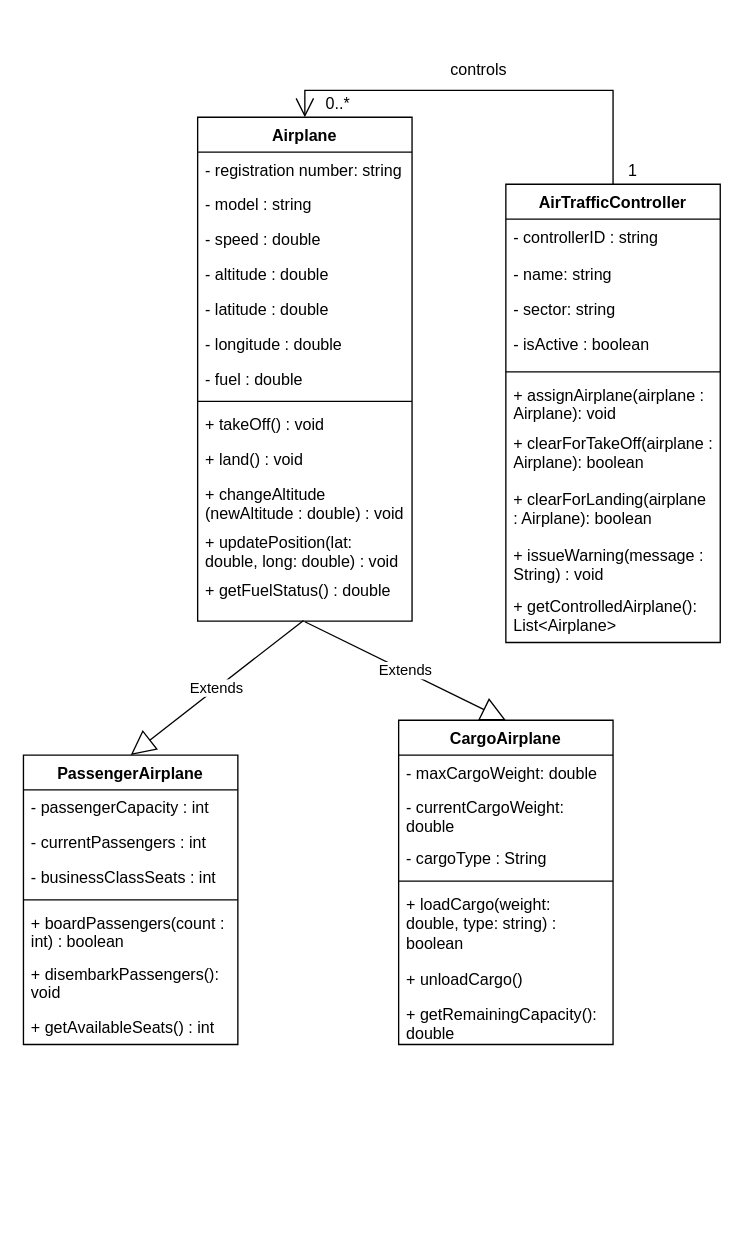
This is task-2/3/airplane.drawio from agnezdei/senla-test, a draw.io file, before an edit. Source tidied: cells renumbered, new cells numbered last; positions are measured from the earlier drawing's top-left corner, leaving out a move shared by most shapes. Both pictures are drawn from the tidied source at 134%, with x=0, y=0 at pixel (23, 50).
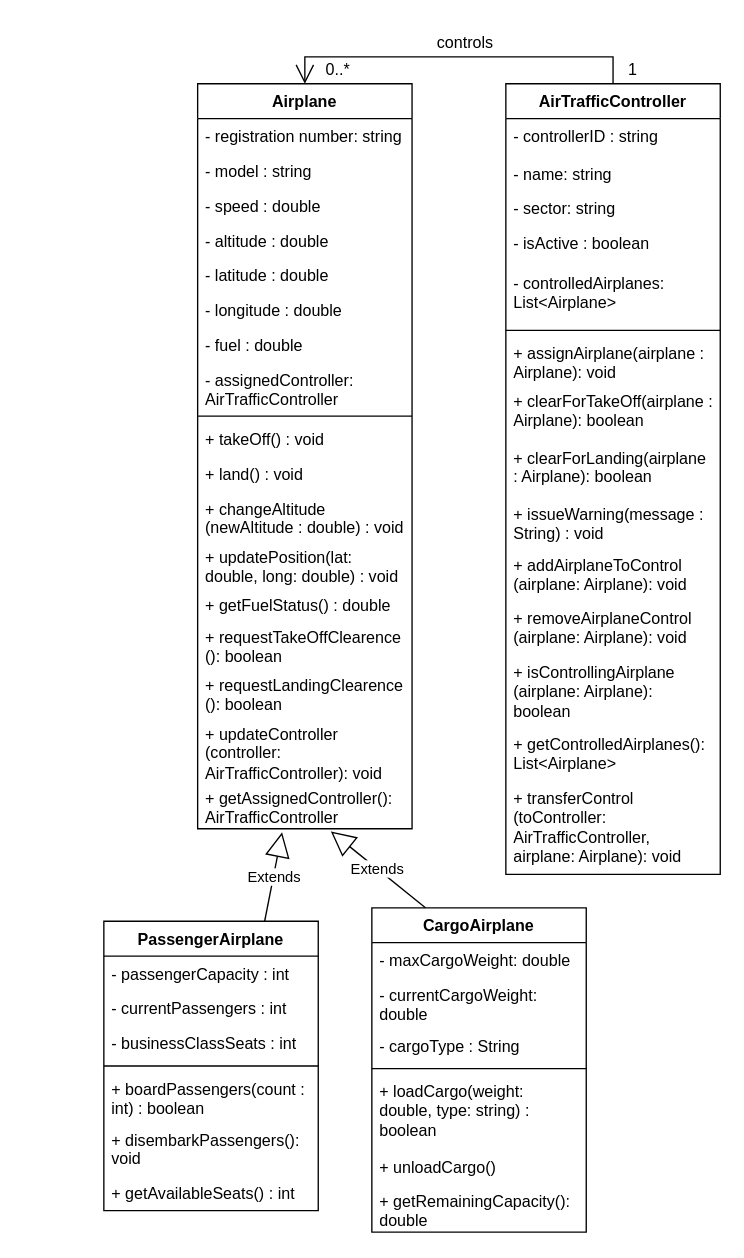
After the change.

The edit, as a diff of the source:
```diff
@@
     <mxCell id="2" value="AirTrafficController" style="swimlane;fontStyle=1;align=center;verticalAlign=top;horizontal=1;startSize=26;whiteSpace=wrap;html=1;" parent="1" vertex="1">
-      <mxGeometry x="360" y="100" width="160" height="342" as="geometry" />
+      <mxGeometry x="360" y="25" width="160" height="590" as="geometry" />
     </mxCell>
@@
+    <mxCell id="49" value="- controlledAirplanes: List&amp;lt;Airplane&amp;gt;" style="text;strokeColor=none;fillColor=none;align=left;verticalAlign=top;spacingLeft=4;spacingRight=4;overflow=hidden;whiteSpace=wrap;html=1;" parent="2" vertex="1">
+      <mxGeometry y="136" width="160" height="44" as="geometry" />
+    </mxCell>
     <mxCell id="7" style="line;strokeWidth=1;fillColor=none;align=left;verticalAlign=middle;spacingTop=-1;spacingLeft=3;spacingRight=3;labelPosition=right;strokeColor=inherit;" parent="2" vertex="1">
-      <mxGeometry y="136" width="160" height="8" as="geometry" />
+      <mxGeometry y="180" width="160" height="8" as="geometry" />
     </mxCell>
     <mxCell id="8" value="+ assignAirplane(airplane : Airplane): void" style="text;strokeColor=none;fillColor=none;align=left;verticalAlign=top;spacingLeft=4;spacingRight=4;overflow=hidden;whiteSpace=wrap;html=1;" parent="2" vertex="1">
-      <mxGeometry y="144" width="160" height="36" as="geometry" />
+      <mxGeometry y="188" width="160" height="36" as="geometry" />
     </mxCell>
     <mxCell id="9" value="+ clearForTakeOff(airplane : Airplane): boolean" style="text;strokeColor=none;fillColor=none;align=left;verticalAlign=top;spacingLeft=4;spacingRight=4;overflow=hidden;whiteSpace=wrap;html=1;" parent="2" vertex="1">
-      <mxGeometry y="180" width="160" height="42" as="geometry" />
+      <mxGeometry y="224" width="160" height="42" as="geometry" />
     </mxCell>
     <mxCell id="10" value="+ clearForLanding(airplane : Airplane): boolean" style="text;strokeColor=none;fillColor=none;align=left;verticalAlign=top;spacingLeft=4;spacingRight=4;overflow=hidden;whiteSpace=wrap;html=1;" parent="2" vertex="1">
-      <mxGeometry y="222" width="160" height="42" as="geometry" />
+      <mxGeometry y="266" width="160" height="42" as="geometry" />
     </mxCell>
     <mxCell id="11" value="+ issueWarning(message : String) : void" style="text;strokeColor=none;fillColor=none;align=left;verticalAlign=top;spacingLeft=4;spacingRight=4;overflow=hidden;whiteSpace=wrap;html=1;" parent="2" vertex="1">
-      <mxGeometry y="264" width="160" height="38" as="geometry" />
+      <mxGeometry y="308" width="160" height="38" as="geometry" />
     </mxCell>
+    <mxCell id="50" value="+ addAirplaneToControl&lt;div&gt;(airplane: Airplane): void&lt;/div&gt;" style="text;strokeColor=none;fillColor=none;align=left;verticalAlign=top;spacingLeft=4;spacingRight=4;overflow=hidden;whiteSpace=wrap;html=1;" parent="2" vertex="1">
+      <mxGeometry y="346" width="160" height="40" as="geometry" />
+    </mxCell>
+    <mxCell id="51" value="+ removeAirplaneControl&lt;div&gt;(airplane: Airplane): void&lt;/div&gt;" style="text;strokeColor=none;fillColor=none;align=left;verticalAlign=top;spacingLeft=4;spacingRight=4;overflow=hidden;whiteSpace=wrap;html=1;" parent="2" vertex="1">
+      <mxGeometry y="386" width="160" height="40" as="geometry" />
+    </mxCell>
+    <mxCell id="52" value="+ isControllingAirplane&lt;div&gt;(airplane: Airplane): boolean&lt;/div&gt;" style="text;strokeColor=none;fillColor=none;align=left;verticalAlign=top;spacingLeft=4;spacingRight=4;overflow=hidden;whiteSpace=wrap;html=1;" parent="2" vertex="1">
+      <mxGeometry y="426" width="160" height="54" as="geometry" />
+    </mxCell>
-    <mxCell id="12" value="+ getControlledAirplane(): List&amp;lt;Airplane&amp;gt;" style="text;strokeColor=none;fillColor=none;align=left;verticalAlign=top;spacingLeft=4;spacingRight=4;overflow=hidden;whiteSpace=wrap;html=1;" parent="2" vertex="1">
-      <mxGeometry y="302" width="160" height="40" as="geometry" />
+    <mxCell id="12" value="+ getControlledAirplanes(): List&amp;lt;Airplane&amp;gt;" style="text;strokeColor=none;fillColor=none;align=left;verticalAlign=top;spacingLeft=4;spacingRight=4;overflow=hidden;whiteSpace=wrap;html=1;" parent="2" vertex="1">
+      <mxGeometry y="480" width="160" height="40" as="geometry" />
     </mxCell>
+    <mxCell id="53" value="+ transferControl&lt;div&gt;(toController: AirTrafficController, airplane: Airplane): void&lt;/div&gt;" style="text;strokeColor=none;fillColor=none;align=left;verticalAlign=top;spacingLeft=4;spacingRight=4;overflow=hidden;whiteSpace=wrap;html=1;" parent="2" vertex="1">
+      <mxGeometry y="520" width="160" height="70" as="geometry" />
+    </mxCell>
     <mxCell id="13" value="Airplane" style="swimlane;fontStyle=1;align=center;verticalAlign=top;horizontal=1;startSize=26;whiteSpace=wrap;html=1;" parent="1" vertex="1">
-      <mxGeometry x="130" y="50" width="160" height="376" as="geometry" />
+      <mxGeometry x="130" y="25" width="160" height="556" as="geometry" />
     </mxCell>
@@
+    <mxCell id="54" value="- assignedController: AirTrafficController" style="text;strokeColor=none;fillColor=none;align=left;verticalAlign=top;spacingLeft=4;spacingRight=4;overflow=hidden;whiteSpace=wrap;html=1;" parent="13" vertex="1">
+      <mxGeometry y="208" width="160" height="36" as="geometry" />
+    </mxCell>
     <mxCell id="21" style="line;strokeWidth=1;fillColor=none;align=left;verticalAlign=middle;spacingTop=-1;spacingLeft=3;spacingRight=3;labelPosition=right;strokeColor=inherit;" parent="13" vertex="1">
-      <mxGeometry y="208" width="160" height="8" as="geometry" />
+      <mxGeometry y="244" width="160" height="8" as="geometry" />
     </mxCell>
     <mxCell id="22" value="+ takeOff() : void" style="text;strokeColor=none;fillColor=none;align=left;verticalAlign=top;spacingLeft=4;spacingRight=4;overflow=hidden;whiteSpace=wrap;html=1;" parent="13" vertex="1">
-      <mxGeometry y="216" width="160" height="26" as="geometry" />
+      <mxGeometry y="252" width="160" height="26" as="geometry" />
     </mxCell>
     <mxCell id="23" value="+ land() : void" style="text;strokeColor=none;fillColor=none;align=left;verticalAlign=top;spacingLeft=4;spacingRight=4;overflow=hidden;whiteSpace=wrap;html=1;" parent="13" vertex="1">
-      <mxGeometry y="242" width="160" height="26" as="geometry" />
+      <mxGeometry y="278" width="160" height="26" as="geometry" />
     </mxCell>
     <mxCell id="24" value="+ changeAltitude (newAltitude : double) : void" style="text;strokeColor=none;fillColor=none;align=left;verticalAlign=top;spacingLeft=4;spacingRight=4;overflow=hidden;whiteSpace=wrap;html=1;" parent="13" vertex="1">
-      <mxGeometry y="268" width="160" height="36" as="geometry" />
+      <mxGeometry y="304" width="160" height="36" as="geometry" />
     </mxCell>
     <mxCell id="25" value="+ updatePosition(lat: double, long: double) : void" style="text;strokeColor=none;fillColor=none;align=left;verticalAlign=top;spacingLeft=4;spacingRight=4;overflow=hidden;whiteSpace=wrap;html=1;" parent="13" vertex="1">
-      <mxGeometry y="304" width="160" height="36" as="geometry" />
+      <mxGeometry y="340" width="160" height="36" as="geometry" />
     </mxCell>
     <mxCell id="26" value="+ getFuelStatus() : double" style="text;strokeColor=none;fillColor=none;align=left;verticalAlign=top;spacingLeft=4;spacingRight=4;overflow=hidden;points=[[0,0.5],[1,0.5]];portConstraint=eastwest;whiteSpace=wrap;html=1;" parent="13" vertex="1">
-      <mxGeometry y="340" width="160" height="36" as="geometry" />
+      <mxGeometry y="376" width="160" height="24" as="geometry" />
     </mxCell>
+    <mxCell id="55" value="+ requestTakeOffClearence (): boolean" style="text;strokeColor=none;fillColor=none;align=left;verticalAlign=top;spacingLeft=4;spacingRight=4;overflow=hidden;whiteSpace=wrap;html=1;" parent="13" vertex="1">
+      <mxGeometry y="400" width="160" height="36" as="geometry" />
+    </mxCell>
+    <mxCell id="56" value="+ requestLandingClearence (): boolean" style="text;strokeColor=none;fillColor=none;align=left;verticalAlign=top;spacingLeft=4;spacingRight=4;overflow=hidden;whiteSpace=wrap;html=1;" parent="13" vertex="1">
+      <mxGeometry y="436" width="160" height="36" as="geometry" />
+    </mxCell>
+    <mxCell id="57" value="+ updateController&lt;div&gt;(controller:&lt;/div&gt;&lt;div&gt;AirTrafficController): void&lt;/div&gt;" style="text;strokeColor=none;fillColor=none;align=left;verticalAlign=top;spacingLeft=4;spacingRight=4;overflow=hidden;whiteSpace=wrap;html=1;" parent="13" vertex="1">
+      <mxGeometry y="472" width="160" height="48" as="geometry" />
+    </mxCell>
+    <mxCell id="58" value="+ getAssignedController():&lt;div&gt;AirTrafficController&lt;/div&gt;" style="text;strokeColor=none;fillColor=none;align=left;verticalAlign=top;spacingLeft=4;spacingRight=4;overflow=hidden;points=[[0,0.5],[1,0.5]];portConstraint=eastwest;whiteSpace=wrap;html=1;" parent="13" vertex="1">
+      <mxGeometry y="520" width="160" height="36" as="geometry" />
+    </mxCell>
     <mxCell id="27" value="PassengerAirplane" style="swimlane;fontStyle=1;align=center;verticalAlign=top;horizontal=1;startSize=26;whiteSpace=wrap;html=1;" parent="1" vertex="1">
-      <mxGeometry y="526" width="160" height="216" as="geometry" />
+      <mxGeometry x="60" y="650" width="160" height="216" as="geometry" />
     </mxCell>
@@
     <mxCell id="35" value="CargoAirplane" style="swimlane;fontStyle=1;align=center;verticalAlign=top;horizontal=1;startSize=26;whiteSpace=wrap;html=1;" parent="1" vertex="1">
-      <mxGeometry x="280" y="500" width="160" height="242" as="geometry" />
+      <mxGeometry x="260" y="640" width="160" height="242" as="geometry" />
     </mxCell>
@@
-    <mxCell id="43" value="Extends" style="endArrow=block;endSize=16;endFill=0;html=1;rounded=0;entryX=0.5;entryY=0;entryDx=0;entryDy=0;exitX=0.494;exitY=0.986;exitDx=0;exitDy=0;exitPerimeter=0;" parent="1" edge="1" source="26" target="27">
+    <mxCell id="43" value="Extends" style="endArrow=block;endSize=16;endFill=0;html=1;rounded=0;entryX=0.394;entryY=1.074;entryDx=0;entryDy=0;exitX=0.75;exitY=0;exitDx=0;exitDy=0;entryPerimeter=0;" parent="1" edge="1" source="27" target="58">
       <mxGeometry relative="1" as="geometry" />
     </mxCell>
-    <mxCell id="44" value="Extends" style="endArrow=block;endSize=16;endFill=0;html=1;rounded=0;entryX=0.5;entryY=0;entryDx=0;entryDy=0;exitX=0.5;exitY=1.014;exitDx=0;exitDy=0;exitPerimeter=0;" parent="1" edge="1" source="26" target="35">
+    <mxCell id="44" value="Extends" style="endArrow=block;endSize=16;endFill=0;html=1;rounded=0;exitX=0.25;exitY=0;exitDx=0;exitDy=0;entryX=0.621;entryY=1.053;entryDx=0;entryDy=0;entryPerimeter=0;" parent="1" edge="1" source="35" target="58">
       <mxGeometry x="0.01" relative="1" as="geometry" />
     </mxCell>
-    <mxCell id="45" style="endArrow=open;endFill=1;endSize=12;html=1;rounded=0;exitX=0.5;exitY=0;exitDx=0;exitDy=0;entryX=0.5;entryY=0;entryDx=0;entryDy=0;" parent="1" edge="1" source="2" target="13">
+    <mxCell id="45" style="endArrow=open;endFill=1;endSize=12;html=1;rounded=0;exitX=0.5;exitY=0;exitDx=0;exitDy=0;entryX=0.5;entryY=0;entryDx=0;entryDy=0;" parent="1" edge="1">
       <mxGeometry relative="1" as="geometry">
+        <mxPoint x="440" y="25" as="sourcePoint" />
+        <mxPoint x="210" y="25" as="targetPoint" />
         <Array as="points">
-          <mxPoint x="440" y="30" />
-          <mxPoint x="210" y="30" />
+          <mxPoint x="440" y="5" />
+          <mxPoint x="210" y="5" />
         </Array>
       </mxGeometry>
     </mxCell>
     <mxCell id="46" value="controls" style="text;html=1;whiteSpace=wrap;strokeColor=none;fillColor=none;align=center;verticalAlign=middle;rounded=0;" parent="1" vertex="1">
-      <mxGeometry x="310" width="60" height="30" as="geometry" />
+      <mxGeometry x="300" y="-20" width="60" height="30" as="geometry" />
     </mxCell>
     <mxCell id="47" value="1" style="text;html=1;whiteSpace=wrap;strokeColor=none;fillColor=none;align=center;verticalAlign=middle;rounded=0;" parent="1" vertex="1">
-      <mxGeometry x="440" y="80" width="30" height="20" as="geometry" />
+      <mxGeometry x="440" y="5" width="30" height="20" as="geometry" />
     </mxCell>
     <mxCell id="48" value="0..*" style="text;html=1;whiteSpace=wrap;strokeColor=none;fillColor=none;align=center;verticalAlign=middle;rounded=0;" parent="1" vertex="1">
-      <mxGeometry x="220" y="30" width="30" height="20" as="geometry" />
+      <mxGeometry x="220" y="5" width="30" height="20" as="geometry" />
     </mxCell>
```
